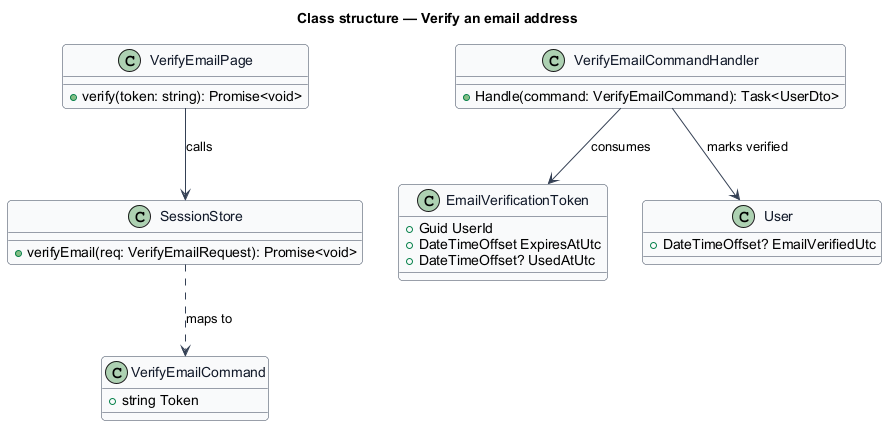
The PlantUML diagram docs/detailed-designs/identity-and-access/verify-email/diagrams/class-structure.png in QuinntyneBrown/saturdaze, before a commit.
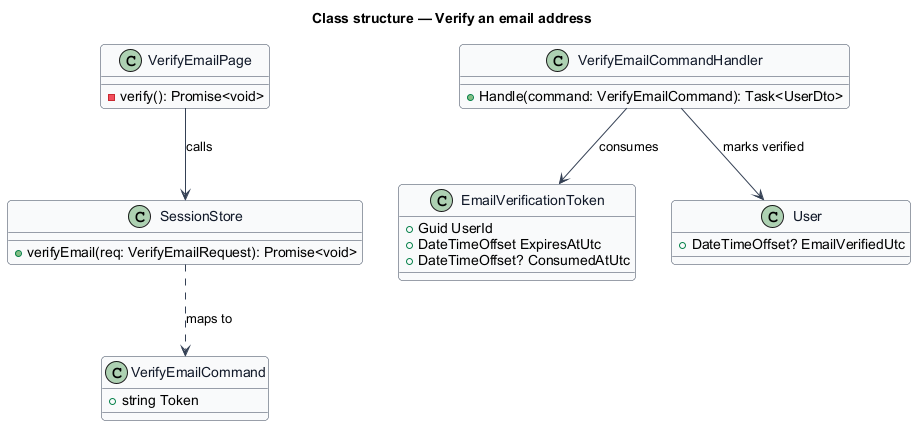
After the commit.

The edit, as a diff of the source:
```diff
@@ -12,7 +12,7 @@
 title Class structure — Verify an email address
 
 class VerifyEmailPage {
-  +verify(token: string): Promise<void>
+  -verify(): Promise<void>
 }
 class SessionStore {
   +verifyEmail(req: VerifyEmailRequest): Promise<void>
@@ -26,7 +26,7 @@
 class EmailVerificationToken {
   +Guid UserId
   +DateTimeOffset ExpiresAtUtc
-  +DateTimeOffset? UsedAtUtc
+  +DateTimeOffset? ConsumedAtUtc
 }
 class User {
   +DateTimeOffset? EmailVerifiedUtc
```
